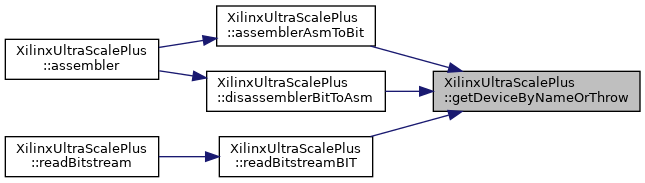
Above: classXilinxUltraScalePlus_aa7161a5191cf43caf46263dbc82a45ef_icgraph.png in FPGA-Research-Manchester/byteman (Graphviz), before the change. Its source is kept beside it as classXilinxUltraScalePlus_aa7161a5191cf43caf46263dbc82a45ef_icgraph.dot.
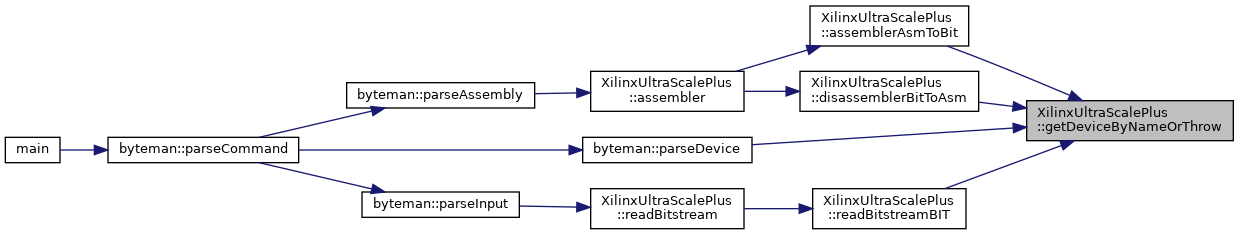
The same file after the commit.

What changed in the source:
```diff
@@ -8,11 +8,23 @@
   Node2 [label="XilinxUltraScalePlus\l::assemblerAsmToBit",height=0.2,width=0.4,color="black", fillcolor="white", style="filled",URL="$classXilinxUltraScalePlus.html#a058802c627c4177c6fd88ca079551207",tooltip=" "];
   Node2 -> Node3 [dir="back",color="midnightblue",fontsize="10",style="solid",fontname="Helvetica"];
   Node3 [label="XilinxUltraScalePlus\l::assembler",height=0.2,width=0.4,color="black", fillcolor="white", style="filled",URL="$classXilinxUltraScalePlus.html#a53e5f6ec962f1f2a961f90b8b9e90e10",tooltip=" "];
-  Node1 -> Node4 [dir="back",color="midnightblue",fontsize="10",style="solid",fontname="Helvetica"];
-  Node4 [label="XilinxUltraScalePlus\l::disassemblerBitToAsm",height=0.2,width=0.4,color="black", fillcolor="white", style="filled",URL="$classXilinxUltraScalePlus.html#a54f9af4b6723a99c0b9e8e9c9b424d00",tooltip=" "];
-  Node4 -> Node3 [dir="back",color="midnightblue",fontsize="10",style="solid",fontname="Helvetica"];
-  Node1 -> Node5 [dir="back",color="midnightblue",fontsize="10",style="solid",fontname="Helvetica"];
-  Node5 [label="XilinxUltraScalePlus\l::readBitstreamBIT",height=0.2,width=0.4,color="black", fillcolor="white", style="filled",URL="$classXilinxUltraScalePlus.html#a62dea738808396d7d520f26d8e5594d2",tooltip=" "];
+  Node3 -> Node4 [dir="back",color="midnightblue",fontsize="10",style="solid",fontname="Helvetica"];
+  Node4 [label="byteman::parseAssembly",height=0.2,width=0.4,color="black", fillcolor="white", style="filled",URL="$classbyteman.html#a5e7f2e31d95626075a6ce22b54ecbbf8",tooltip=" "];
+  Node4 -> Node5 [dir="back",color="midnightblue",fontsize="10",style="solid",fontname="Helvetica"];
+  Node5 [label="byteman::parseCommand",height=0.2,width=0.4,color="black", fillcolor="white", style="filled",URL="$classbyteman.html#a97ad2d6b20a10ddb0dd8d373159eea4e",tooltip=" "];
   Node5 -> Node6 [dir="back",color="midnightblue",fontsize="10",style="solid",fontname="Helvetica"];
-  Node6 [label="XilinxUltraScalePlus\l::readBitstream",height=0.2,width=0.4,color="black", fillcolor="white", style="filled",URL="$classXilinxUltraScalePlus.html#a0e5d08a2e5c37a29a1a04d50b48739d2",tooltip=" "];
+  Node6 [label="main",height=0.2,width=0.4,color="black", fillcolor="white", style="filled",URL="$byteman_8cpp.html#a0ddf1224851353fc92bfbff6f499fa97",tooltip=" "];
+  Node1 -> Node7 [dir="back",color="midnightblue",fontsize="10",style="solid",fontname="Helvetica"];
+  Node7 [label="XilinxUltraScalePlus\l::disassemblerBitToAsm",height=0.2,width=0.4,color="black", fillcolor="white", style="filled",URL="$classXilinxUltraScalePlus.html#a54f9af4b6723a99c0b9e8e9c9b424d00",tooltip=" "];
+  Node7 -> Node3 [dir="back",color="midnightblue",fontsize="10",style="solid",fontname="Helvetica"];
+  Node1 -> Node8 [dir="back",color="midnightblue",fontsize="10",style="solid",fontname="Helvetica"];
+  Node8 [label="byteman::parseDevice",height=0.2,width=0.4,color="black", fillcolor="white", style="filled",URL="$classbyteman.html#ae08e2c9557d8266f20780e1c14cf9f45",tooltip=" "];
+  Node8 -> Node5 [dir="back",color="midnightblue",fontsize="10",style="solid",fontname="Helvetica"];
+  Node1 -> Node9 [dir="back",color="midnightblue",fontsize="10",style="solid",fontname="Helvetica"];
+  Node9 [label="XilinxUltraScalePlus\l::readBitstreamBIT",height=0.2,width=0.4,color="black", fillcolor="white", style="filled",URL="$classXilinxUltraScalePlus.html#a62dea738808396d7d520f26d8e5594d2",tooltip=" "];
+  Node9 -> Node10 [dir="back",color="midnightblue",fontsize="10",style="solid",fontname="Helvetica"];
+  Node10 [label="XilinxUltraScalePlus\l::readBitstream",height=0.2,width=0.4,color="black", fillcolor="white", style="filled",URL="$classXilinxUltraScalePlus.html#a0e5d08a2e5c37a29a1a04d50b48739d2",tooltip=" "];
+  Node10 -> Node11 [dir="back",color="midnightblue",fontsize="10",style="solid",fontname="Helvetica"];
+  Node11 [label="byteman::parseInput",height=0.2,width=0.4,color="black", fillcolor="white", style="filled",URL="$classbyteman.html#ac217ac1dbc512bf44a70b147c0ceff04",tooltip=" "];
+  Node11 -> Node5 [dir="back",color="midnightblue",fontsize="10",style="solid",fontname="Helvetica"];
 }
```
